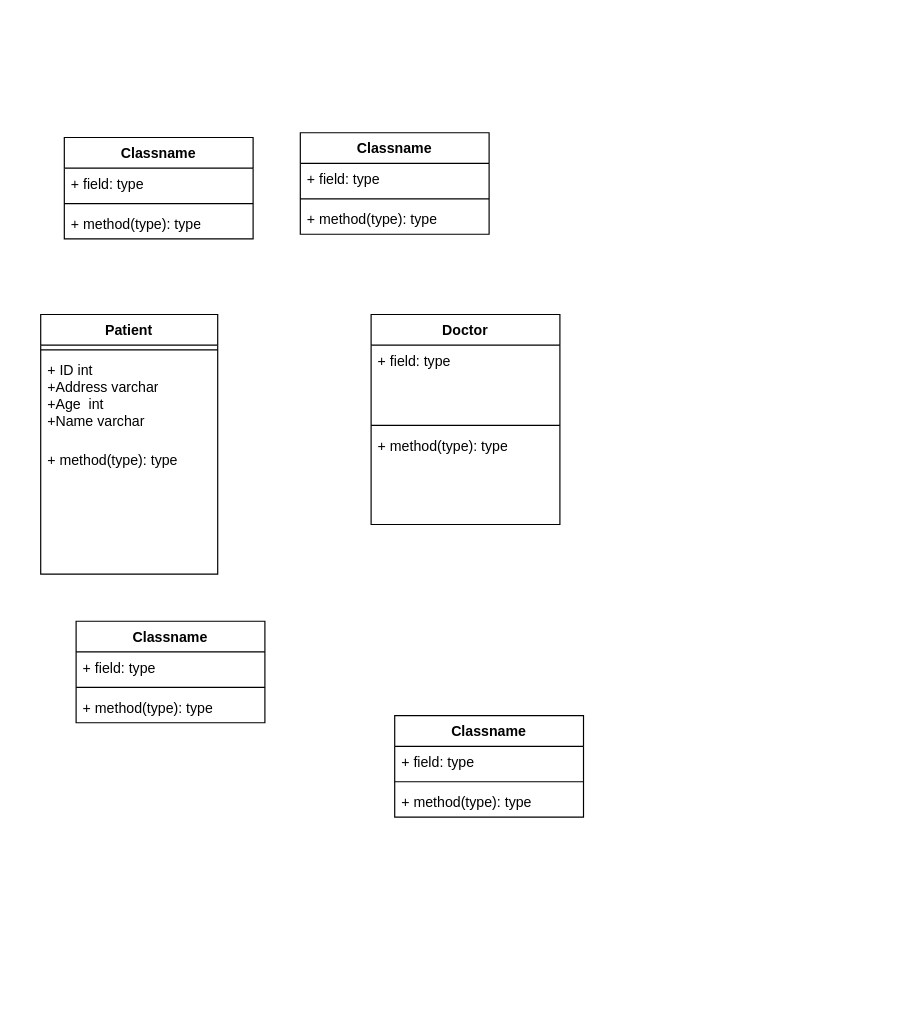
The draw.io diagram Untitled Diagram.drawio in jeremywanjohi/DrugDispenser, before the edit. Source tidied: cells renumbered, new cells numbered last; positions are measured from the earlier drawing's top-left corner, leaving out a move shared by most shapes. Both pictures are drawn from the tidied source at 118%, with x=0, y=0 at pixel (40, 132).
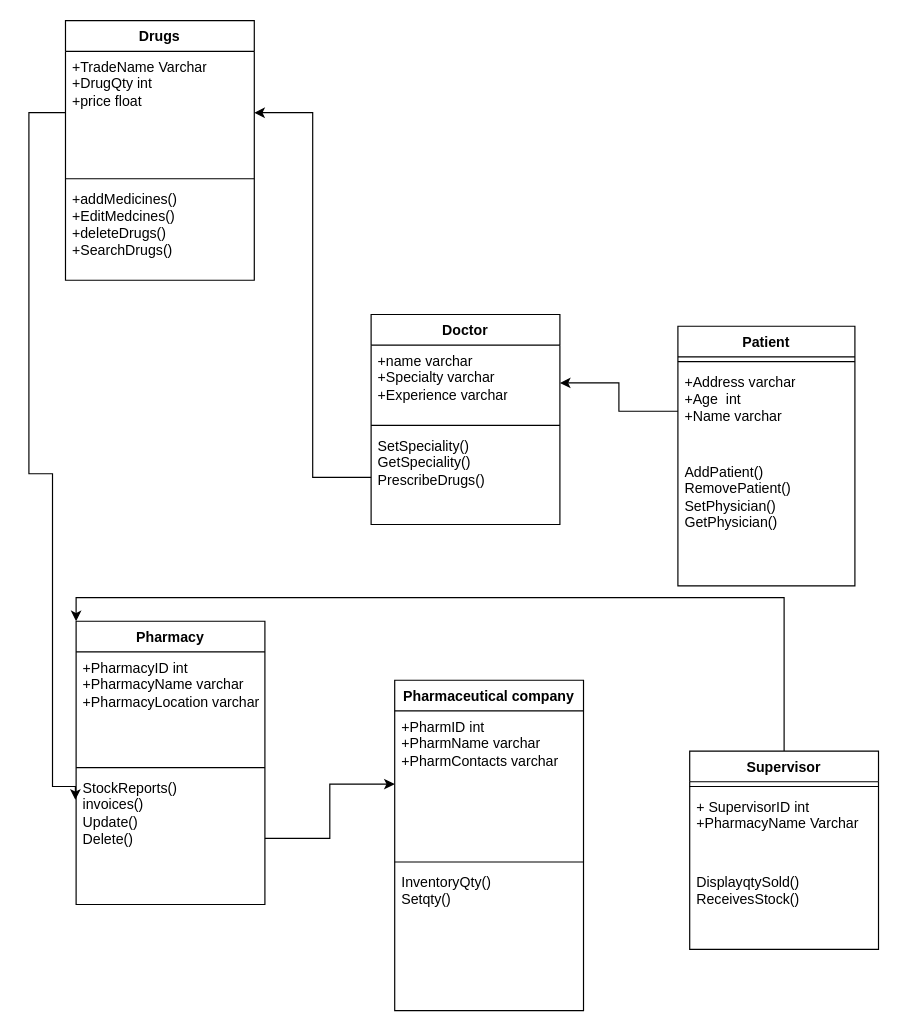
After the change.

The change refers to these unchanged cells:
```xml
<mxCell id="14" value="Doctor" style="swimlane;fontStyle=1;align=center;verticalAlign=top;horizontal=1;startSize=26;whiteSpace=wrap;html=1;" parent="1" vertex="1">
  <mxGeometry x="280" y="154" width="160" height="178" as="geometry" />
</mxCell>
```

Change to the diagram source:
```diff
@@
-    <mxCell id="2" value="Classname" style="swimlane;fontStyle=1;align=center;verticalAlign=top;horizontal=1;startSize=26;whiteSpace=wrap;html=1;" parent="1" vertex="1">
-      <mxGeometry x="20" y="4" width="160" height="86" as="geometry" />
-    </mxCell>
-    <mxCell id="3" value="+ field: type" style="text;strokeColor=none;fillColor=none;align=left;verticalAlign=top;spacingLeft=4;spacingRight=4;overflow=hidden;whiteSpace=wrap;html=1;" parent="2" vertex="1">
-      <mxGeometry y="26" width="160" height="26" as="geometry" />
-    </mxCell>
-    <mxCell id="4" style="line;strokeWidth=1;fillColor=none;align=left;verticalAlign=middle;spacingTop=-1;spacingLeft=3;spacingRight=3;labelPosition=right;strokeColor=inherit;" parent="2" vertex="1">
-      <mxGeometry y="52" width="160" height="8" as="geometry" />
-    </mxCell>
-    <mxCell id="5" value="+ method(type): type" style="text;strokeColor=none;fillColor=none;align=left;verticalAlign=top;spacingLeft=4;spacingRight=4;overflow=hidden;whiteSpace=wrap;html=1;" parent="2" vertex="1">
-      <mxGeometry y="60" width="160" height="26" as="geometry" />
-    </mxCell>
-    <mxCell id="6" value="Classname" style="swimlane;fontStyle=1;align=center;verticalAlign=top;horizontal=1;startSize=26;whiteSpace=wrap;html=1;" parent="1" vertex="1">
-      <mxGeometry x="220" width="160" height="86" as="geometry" />
-    </mxCell>
-    <mxCell id="7" value="+ field: type" style="text;strokeColor=none;fillColor=none;align=left;verticalAlign=top;spacingLeft=4;spacingRight=4;overflow=hidden;whiteSpace=wrap;html=1;" parent="6" vertex="1">
-      <mxGeometry y="26" width="160" height="26" as="geometry" />
-    </mxCell>
-    <mxCell id="8" style="line;strokeWidth=1;fillColor=none;align=left;verticalAlign=middle;spacingTop=-1;spacingLeft=3;spacingRight=3;labelPosition=right;strokeColor=inherit;" parent="6" vertex="1">
-      <mxGeometry y="52" width="160" height="8" as="geometry" />
-    </mxCell>
-    <mxCell id="9" value="+ method(type): type" style="text;strokeColor=none;fillColor=none;align=left;verticalAlign=top;spacingLeft=4;spacingRight=4;overflow=hidden;whiteSpace=wrap;html=1;" parent="6" vertex="1">
-      <mxGeometry y="60" width="160" height="26" as="geometry" />
-    </mxCell>
     <mxCell id="10" value="Patient" style="swimlane;fontStyle=1;align=center;verticalAlign=top;horizontal=1;startSize=26;whiteSpace=wrap;html=1;" parent="1" vertex="1">
-      <mxGeometry y="154" width="150" height="220" as="geometry" />
+      <mxGeometry x="540" y="164" width="150" height="220" as="geometry" />
     </mxCell>
@@
-    <mxCell id="12" value="+ ID&lt;span style=&quot;white-space: pre;&quot;&gt; &lt;/span&gt;int&lt;br&gt;+Address varchar&lt;br&gt;+Age&amp;nbsp; int&lt;br&gt;+Name varchar&lt;br&gt;" style="text;strokeColor=none;fillColor=none;align=left;verticalAlign=top;spacingLeft=4;spacingRight=4;overflow=hidden;points=[[0,0.5],[1,0.5]];portConstraint=eastwest;whiteSpace=wrap;html=1;" parent="10" vertex="1">
+    <mxCell id="12" value="+Address varchar&lt;br&gt;+Age&amp;nbsp; int&lt;br&gt;+Name varchar" style="text;strokeColor=none;fillColor=none;align=left;verticalAlign=top;spacingLeft=4;spacingRight=4;overflow=hidden;points=[[0,0.5],[1,0.5]];portConstraint=eastwest;whiteSpace=wrap;html=1;" parent="10" vertex="1">
       <mxGeometry y="34" width="150" height="76" as="geometry" />
     </mxCell>
-    <mxCell id="13" value="+ method(type): type" style="text;strokeColor=none;fillColor=none;align=left;verticalAlign=top;spacingLeft=4;spacingRight=4;overflow=hidden;whiteSpace=wrap;html=1;" parent="10" vertex="1">
+    <mxCell id="13" value="AddPatient()&lt;br&gt;RemovePatient()&lt;br&gt;SetPhysician()&lt;br&gt;GetPhysician()" style="text;strokeColor=none;fillColor=none;align=left;verticalAlign=top;spacingLeft=4;spacingRight=4;overflow=hidden;whiteSpace=wrap;html=1;" parent="10" vertex="1">
       <mxGeometry y="110" width="150" height="110" as="geometry" />
     </mxCell>
@@
-    <mxCell id="15" value="+ field: type" style="text;strokeColor=none;fillColor=none;align=left;verticalAlign=top;spacingLeft=4;spacingRight=4;overflow=hidden;points=[[0,0.5],[1,0.5]];portConstraint=eastwest;whiteSpace=wrap;html=1;" parent="14" vertex="1">
+    <mxCell id="15" value="+name varchar&amp;nbsp;&lt;br&gt;+Specialty varchar&lt;br&gt;+Experience varchar" style="text;strokeColor=none;fillColor=none;align=left;verticalAlign=top;spacingLeft=4;spacingRight=4;overflow=hidden;points=[[0,0.5],[1,0.5]];portConstraint=eastwest;whiteSpace=wrap;html=1;" parent="14" vertex="1">
       <mxGeometry y="26" width="160" height="64" as="geometry" />
     </mxCell>
@@
-    <mxCell id="17" value="+ method(type): type" style="text;strokeColor=none;fillColor=none;align=left;verticalAlign=top;spacingLeft=4;spacingRight=4;overflow=hidden;points=[[0,0.5],[1,0.5]];portConstraint=eastwest;whiteSpace=wrap;html=1;" parent="14" vertex="1">
+    <mxCell id="17" value="SetSpeciality()&lt;br&gt;GetSpeciality()&lt;br&gt;PrescribeDrugs()" style="text;strokeColor=none;fillColor=none;align=left;verticalAlign=top;spacingLeft=4;spacingRight=4;overflow=hidden;points=[[0,0.5],[1,0.5]];portConstraint=eastwest;whiteSpace=wrap;html=1;" parent="14" vertex="1">
       <mxGeometry y="98" width="160" height="80" as="geometry" />
     </mxCell>
-    <mxCell id="18" value="Classname" style="swimlane;fontStyle=1;align=center;verticalAlign=top;horizontal=1;startSize=26;whiteSpace=wrap;html=1;" parent="1" vertex="1">
-      <mxGeometry x="30" y="414" width="160" height="86" as="geometry" />
+    <mxCell id="18" value="Pharmacy" style="swimlane;fontStyle=1;align=center;verticalAlign=top;horizontal=1;startSize=26;whiteSpace=wrap;html=1;" parent="1" vertex="1">
+      <mxGeometry x="30" y="414" width="160" height="240" as="geometry" />
     </mxCell>
-    <mxCell id="19" value="+ field: type" style="text;strokeColor=none;fillColor=none;align=left;verticalAlign=top;spacingLeft=4;spacingRight=4;overflow=hidden;whiteSpace=wrap;html=1;" parent="18" vertex="1">
-      <mxGeometry y="26" width="160" height="26" as="geometry" />
+    <mxCell id="19" value="+PharmacyID int&lt;br&gt;+PharmacyName varchar&lt;br&gt;+PharmacyLocation varchar" style="text;strokeColor=none;fillColor=none;align=left;verticalAlign=top;spacingLeft=4;spacingRight=4;overflow=hidden;whiteSpace=wrap;html=1;" parent="18" vertex="1">
+      <mxGeometry y="26" width="160" height="94" as="geometry" />
     </mxCell>
     <mxCell id="20" style="line;strokeWidth=1;fillColor=none;align=left;verticalAlign=middle;spacingTop=-1;spacingLeft=3;spacingRight=3;labelPosition=right;strokeColor=inherit;" parent="18" vertex="1">
-      <mxGeometry y="52" width="160" height="8" as="geometry" />
+      <mxGeometry y="120" width="160" height="8" as="geometry" />
     </mxCell>
-    <mxCell id="21" value="+ method(type): type" style="text;strokeColor=none;fillColor=none;align=left;verticalAlign=top;spacingLeft=4;spacingRight=4;overflow=hidden;points=[[0,0.5],[1,0.5]];portConstraint=eastwest;whiteSpace=wrap;html=1;" parent="18" vertex="1">
-      <mxGeometry y="60" width="160" height="26" as="geometry" />
+    <mxCell id="21" value="StockReports()&lt;br&gt;invoices()&lt;br&gt;Update()&lt;br&gt;Delete()" style="text;strokeColor=none;fillColor=none;align=left;verticalAlign=top;spacingLeft=4;spacingRight=4;overflow=hidden;points=[[0,0.5],[1,0.5]];portConstraint=eastwest;whiteSpace=wrap;html=1;" parent="18" vertex="1">
+      <mxGeometry y="128" width="160" height="112" as="geometry" />
     </mxCell>
-    <mxCell id="22" value="Classname" style="swimlane;fontStyle=1;align=center;verticalAlign=top;horizontal=1;startSize=26;whiteSpace=wrap;html=1;" parent="1" vertex="1">
-      <mxGeometry x="300" y="494" width="160" height="86" as="geometry" />
-    </mxCell>
-    <mxCell id="23" value="+ field: type" style="text;strokeColor=none;fillColor=none;align=left;verticalAlign=top;spacingLeft=4;spacingRight=4;overflow=hidden;whiteSpace=wrap;html=1;" parent="22" vertex="1">
-      <mxGeometry y="26" width="160" height="26" as="geometry" />
-    </mxCell>
-    <mxCell id="24" style="line;strokeWidth=1;fillColor=none;align=left;verticalAlign=middle;spacingTop=-1;spacingLeft=3;spacingRight=3;labelPosition=right;strokeColor=inherit;" parent="22" vertex="1">
-      <mxGeometry y="52" width="160" height="8" as="geometry" />
-    </mxCell>
-    <mxCell id="25" value="+ method(type): type" style="text;strokeColor=none;fillColor=none;align=left;verticalAlign=top;spacingLeft=4;spacingRight=4;overflow=hidden;whiteSpace=wrap;html=1;" parent="22" vertex="1">
-      <mxGeometry y="60" width="160" height="26" as="geometry" />
-    </mxCell>
+    <mxCell id="26" value="Pharmaceutical company" style="swimlane;fontStyle=1;align=center;verticalAlign=top;horizontal=1;startSize=26;whiteSpace=wrap;html=1;" parent="1" vertex="1">
+      <mxGeometry x="300" y="464" width="160" height="280" as="geometry" />
+    </mxCell>
+    <mxCell id="27" value="+PharmID int&amp;nbsp;&lt;br&gt;+PharmName varchar&lt;br&gt;+PharmContacts varchar&lt;br&gt;" style="text;strokeColor=none;fillColor=none;align=left;verticalAlign=top;spacingLeft=4;spacingRight=4;overflow=hidden;points=[[0,0.5],[1,0.5]];portConstraint=eastwest;whiteSpace=wrap;html=1;" parent="26" vertex="1">
+      <mxGeometry y="26" width="160" height="124" as="geometry" />
+    </mxCell>
+    <mxCell id="28" style="line;strokeWidth=1;fillColor=none;align=left;verticalAlign=middle;spacingTop=-1;spacingLeft=3;spacingRight=3;labelPosition=right;strokeColor=inherit;" parent="26" vertex="1">
+      <mxGeometry y="150" width="160" height="8" as="geometry" />
+    </mxCell>
+    <mxCell id="29" value="InventoryQty()&lt;br&gt;Setqty()&lt;br&gt;" style="text;strokeColor=none;fillColor=none;align=left;verticalAlign=top;spacingLeft=4;spacingRight=4;overflow=hidden;whiteSpace=wrap;html=1;" parent="26" vertex="1">
+      <mxGeometry y="158" width="160" height="122" as="geometry" />
+    </mxCell>
+    <mxCell id="30" value="Drugs" style="swimlane;fontStyle=1;align=center;verticalAlign=top;horizontal=1;startSize=26;whiteSpace=wrap;html=1;" parent="1" vertex="1">
+      <mxGeometry x="21" y="-95" width="160" height="220" as="geometry" />
+    </mxCell>
+    <mxCell id="31" value="+TradeName Varchar&lt;br style=&quot;border-color: var(--border-color);&quot;&gt;+DrugQty int&lt;br style=&quot;border-color: var(--border-color);&quot;&gt;+price float&lt;br style=&quot;border-color: var(--border-color);&quot;&gt;&lt;br style=&quot;border-color: var(--border-color);&quot;&gt;&lt;br style=&quot;border-color: var(--border-color);&quot;&gt;&lt;br style=&quot;border-color: var(--border-color);&quot;&gt;&lt;br style=&quot;border-color: var(--border-color);&quot;&gt;&lt;br style=&quot;border-color: var(--border-color);&quot;&gt;&lt;br style=&quot;border-color: var(--border-color);&quot;&gt;" style="text;strokeColor=none;fillColor=none;align=left;verticalAlign=top;spacingLeft=4;spacingRight=4;overflow=hidden;points=[[0,0.5],[1,0.5]];portConstraint=eastwest;whiteSpace=wrap;html=1;" parent="30" vertex="1">
+      <mxGeometry y="26" width="160" height="104" as="geometry" />
+    </mxCell>
+    <mxCell id="32" style="line;strokeWidth=1;fillColor=none;align=left;verticalAlign=middle;spacingTop=-1;spacingLeft=3;spacingRight=3;labelPosition=right;strokeColor=inherit;" parent="30" vertex="1">
+      <mxGeometry y="130" width="160" height="8" as="geometry" />
+    </mxCell>
+    <mxCell id="33" value="+addMedicines()&lt;br&gt;+EditMedcines()&lt;br&gt;+deleteDrugs()&lt;br&gt;+SearchDrugs()" style="text;strokeColor=none;fillColor=none;align=left;verticalAlign=top;spacingLeft=4;spacingRight=4;overflow=hidden;whiteSpace=wrap;html=1;" parent="30" vertex="1">
+      <mxGeometry y="138" width="160" height="82" as="geometry" />
+    </mxCell>
+    <mxCell id="34" style="edgeStyle=orthogonalEdgeStyle;rounded=0;jettySize=auto;html=1;" parent="1" edge="1" source="12" target="15">
+      <mxGeometry relative="1" as="geometry" />
+    </mxCell>
+    <mxCell id="35" style="edgeStyle=orthogonalEdgeStyle;rounded=0;jettySize=auto;html=1;" parent="1" edge="1" source="17" target="31">
+      <mxGeometry relative="1" as="geometry" />
+    </mxCell>
+    <mxCell id="36" style="edgeStyle=orthogonalEdgeStyle;rounded=0;jettySize=auto;html=1;entryX=-0.004;entryY=0.208;entryDx=0;entryDy=0;entryPerimeter=0;" parent="1" edge="1" source="31" target="21">
+      <mxGeometry relative="1" as="geometry">
+        <Array as="points">
+          <mxPoint x="-10" y="-17" />
+          <mxPoint x="-10" y="289" />
+          <mxPoint x="10" y="289" />
+          <mxPoint x="10" y="554" />
+          <mxPoint x="29" y="554" />
+        </Array>
+      </mxGeometry>
+    </mxCell>
+    <mxCell id="37" style="edgeStyle=orthogonalEdgeStyle;rounded=0;jettySize=auto;html=1;" parent="1" edge="1" source="21" target="27">
+      <mxGeometry relative="1" as="geometry" />
+    </mxCell>
+    <mxCell id="38" style="edgeStyle=orthogonalEdgeStyle;rounded=0;jettySize=auto;html=1;exitX=0.5;exitY=0;exitDx=0;exitDy=0;entryX=0;entryY=0;entryDx=0;entryDy=0;" parent="1" edge="1" source="39" target="18">
+      <mxGeometry relative="1" as="geometry" />
+    </mxCell>
+    <mxCell id="39" value="Supervisor" style="swimlane;fontStyle=1;align=center;verticalAlign=top;horizontal=1;startSize=26;whiteSpace=wrap;html=1;" parent="1" vertex="1">
+      <mxGeometry x="550" y="524" width="160" height="168" as="geometry" />
+    </mxCell>
+    <mxCell id="40" style="line;strokeWidth=1;fillColor=none;align=left;verticalAlign=middle;spacingTop=-1;spacingLeft=3;spacingRight=3;labelPosition=right;strokeColor=inherit;" parent="39" vertex="1">
+      <mxGeometry y="26" width="160" height="8" as="geometry" />
+    </mxCell>
+    <mxCell id="41" value="+ SupervisorID int&amp;nbsp;&lt;br&gt;+PharmacyName Varchar" style="text;strokeColor=none;fillColor=none;align=left;verticalAlign=top;spacingLeft=4;spacingRight=4;overflow=hidden;whiteSpace=wrap;html=1;" parent="39" vertex="1">
+      <mxGeometry y="34" width="160" height="64" as="geometry" />
+    </mxCell>
+    <mxCell id="42" value="DisplayqtySold()&lt;br&gt;ReceivesStock()" style="text;strokeColor=none;fillColor=none;align=left;verticalAlign=top;spacingLeft=4;spacingRight=4;overflow=hidden;whiteSpace=wrap;html=1;" parent="39" vertex="1">
+      <mxGeometry y="98" width="160" height="70" as="geometry" />
+    </mxCell>
```
